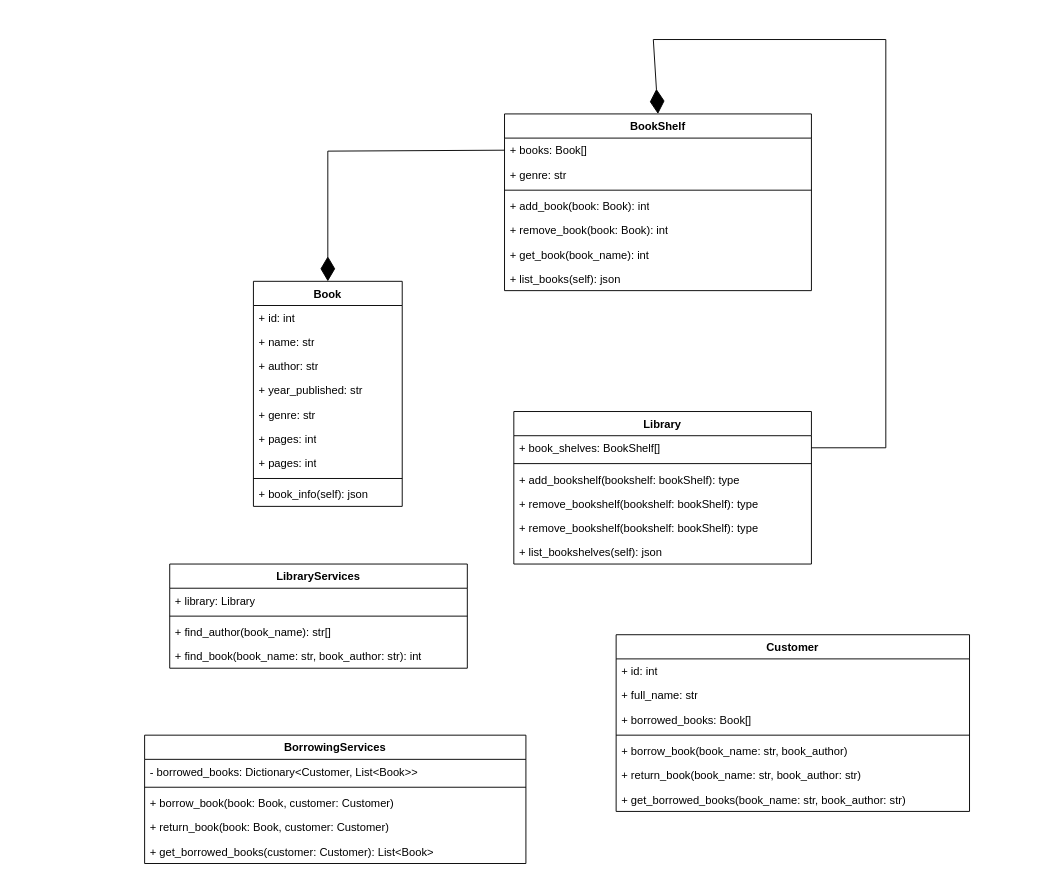
The draw.io diagram the_library.drawio in Omer8990/TheLibrary, before the edit. Source tidied: cells renumbered, new cells numbered last; positions are measured from the earlier drawing's top-left corner, leaving out a move shared by most shapes. Both pictures are drawn from the tidied source at 93%, with x=0, y=0 at pixel (144, 39).
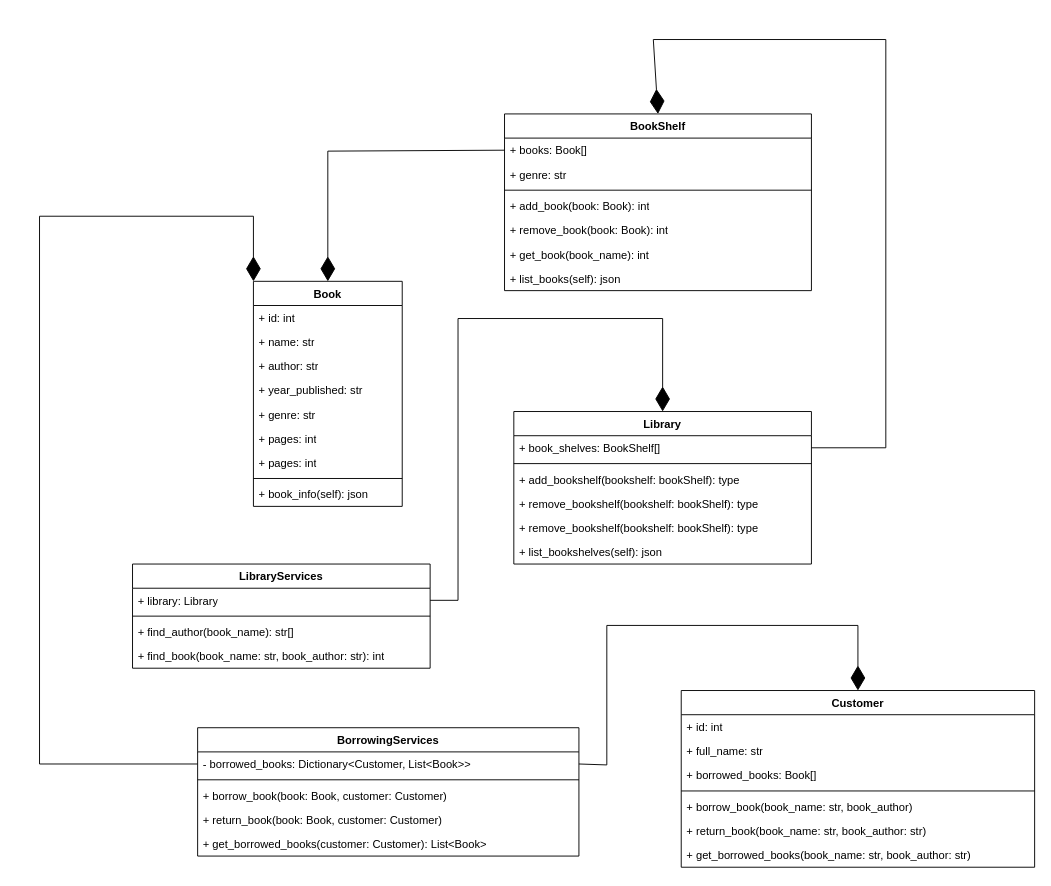
The same page after the edit.

Unchanged cells that the change refers to:
```xml
<mxCell id="2" value="Book" style="swimlane;fontStyle=1;align=center;verticalAlign=top;horizontal=1;startSize=26;whiteSpace=wrap;html=1;" parent="1" vertex="1">
  <mxGeometry x="117" y="260" width="160" height="242" as="geometry" />
</mxCell>
<mxCell id="21" value="Library" style="swimlane;fontStyle=1;align=center;verticalAlign=top;horizontal=1;startSize=26;whiteSpace=wrap;html=1;" parent="1" vertex="1">
  <mxGeometry x="397" y="400" width="320" height="164" as="geometry" />
</mxCell>
<mxCell id="30" value="+ library: Library" style="text;strokeColor=none;fillColor=none;align=left;verticalAlign=top;spacingLeft=4;spacingRight=4;overflow=hidden;points=[[0,0.5],[1,0.5]];portConstraint=eastwest;whiteSpace=wrap;html=1;" parent="29" vertex="1">
  <mxGeometry y="26" width="320" height="26" as="geometry" />
</mxCell>
<mxCell id="43" value="- borrowed_books: Dictionary&amp;lt;Customer, List&amp;lt;Book&amp;gt;&amp;gt;" style="text;strokeColor=none;fillColor=none;align=left;verticalAlign=top;spacingLeft=4;spacingRight=4;overflow=hidden;points=[[0,0.5],[1,0.5]];portConstraint=eastwest;whiteSpace=wrap;html=1;" parent="42" vertex="1">
  <mxGeometry y="26" width="410" height="26" as="geometry" />
</mxCell>
```

Change to the diagram source:
```diff
@@
     <mxCell id="29" value="LibraryServices" style="swimlane;fontStyle=1;align=center;verticalAlign=top;horizontal=1;startSize=26;whiteSpace=wrap;html=1;" parent="1" vertex="1">
-      <mxGeometry x="27" y="564" width="320" height="112" as="geometry" />
+      <mxGeometry x="-13" y="564" width="320" height="112" as="geometry" />
     </mxCell>
@@
     <mxCell id="34" value="Customer" style="swimlane;fontStyle=1;align=center;verticalAlign=top;horizontal=1;startSize=26;whiteSpace=wrap;html=1;" parent="1" vertex="1">
-      <mxGeometry x="507" y="640" width="380" height="190" as="geometry" />
+      <mxGeometry x="577" y="700" width="380" height="190" as="geometry" />
     </mxCell>
@@
     <mxCell id="42" value="BorrowingServices" style="swimlane;fontStyle=1;align=center;verticalAlign=top;horizontal=1;startSize=26;whiteSpace=wrap;html=1;" parent="1" vertex="1">
-      <mxGeometry y="748" width="410" height="138" as="geometry" />
+      <mxGeometry x="57" y="740" width="410" height="138" as="geometry" />
     </mxCell>
@@
+    <mxCell id="48" style="endArrow=diamondThin;endFill=1;endSize=24;html=1;rounded=0;exitX=1;exitY=0.5;exitDx=0;exitDy=0;entryX=0.5;entryY=0;entryDx=0;entryDy=0;" parent="1" edge="1" source="30" target="21">
+      <mxGeometry relative="1" as="geometry">
+        <Array as="points">
+          <mxPoint x="337" y="603" />
+          <mxPoint x="337" y="300" />
+          <mxPoint x="557" y="300" />
+        </Array>
+      </mxGeometry>
+    </mxCell>
+    <mxCell id="49" style="endArrow=diamondThin;endFill=1;endSize=24;html=1;rounded=0;exitX=0;exitY=0.5;exitDx=0;exitDy=0;entryX=0;entryY=0;entryDx=0;entryDy=0;" parent="1" edge="1" source="43" target="2">
+      <mxGeometry relative="1" as="geometry">
+        <Array as="points">
+          <mxPoint x="-113" y="779" />
+          <mxPoint x="-113" y="190" />
+          <mxPoint x="117" y="190" />
+        </Array>
+      </mxGeometry>
+    </mxCell>
+    <mxCell id="50" style="endArrow=diamondThin;endFill=1;endSize=24;html=1;rounded=0;exitX=1;exitY=0.5;exitDx=0;exitDy=0;entryX=0.5;entryY=0;entryDx=0;entryDy=0;" parent="1" edge="1" source="43" target="34">
+      <mxGeometry relative="1" as="geometry">
+        <Array as="points">
+          <mxPoint x="497" y="780" />
+          <mxPoint x="497" y="630" />
+          <mxPoint x="767" y="630" />
+        </Array>
+      </mxGeometry>
+    </mxCell>
```
